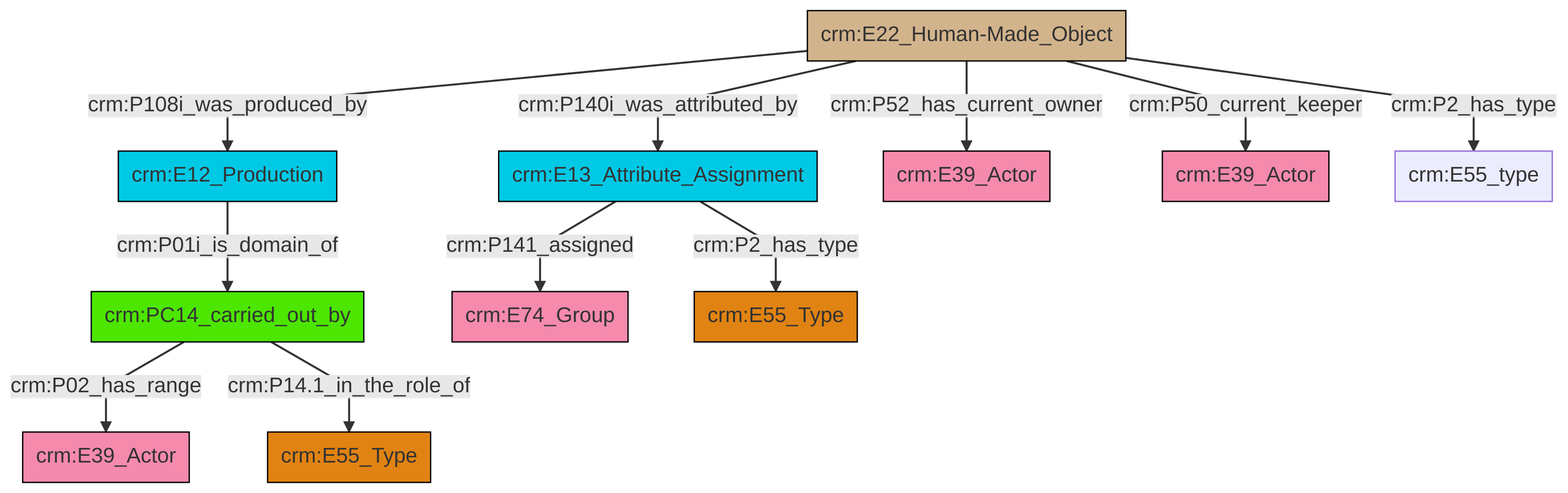
The Mermaid diagram et/artworkCSV/ttl/mmd/png/Artwork_Actor_Relations.png in swiss-art-research-net/docs.swissartresearch, before a commit. Its source is kept beside it as et/artworkCSV/ttl/mmd/Artwork_Actor_Relations.ttl.mmd.
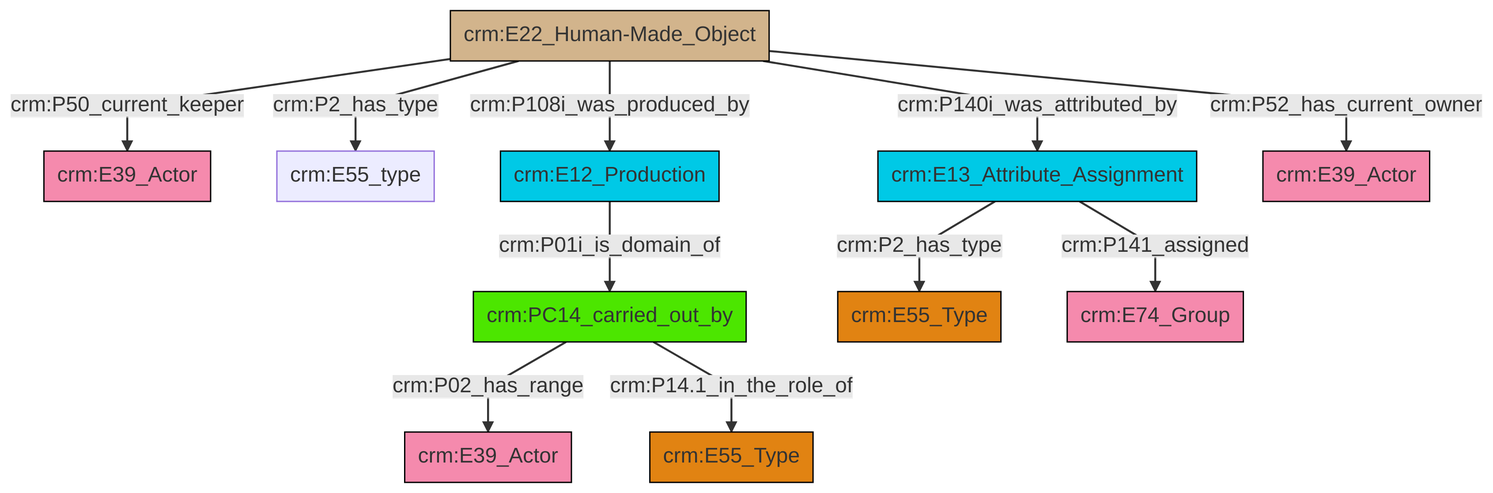
Later version of the same file.

Change to the diagram source:
```diff
@@ -14,12 +14,12 @@
 classDef Multi fill:#cccccc,stroke:#000000;
 
 0["crm:PC14_carried_out_by"]:::PC_Classes -->|crm:P02_has_range| 1["crm:E39_Actor"]:::Actor
-2["crm:E22_Human-Made_Object"]:::Physical_Thing -->|crm:P108i_was_produced_by| 3["crm:E12_Production"]:::Temporal_Entity
-2["crm:E22_Human-Made_Object"]:::Physical_Thing -->|crm:P52_has_current_owner| 9["crm:E39_Actor"]:::Actor
-2["crm:E22_Human-Made_Object"]:::Physical_Thing -->|crm:P140i_was_attributed_by| 5["crm:E13_Attribute_Assignment"]:::Temporal_Entity
-2["crm:E22_Human-Made_Object"]:::Physical_Thing -->|crm:P2_has_type| 13["crm:E55_type"]:::Default
-2["crm:E22_Human-Made_Object"]:::Physical_Thing -->|crm:P50_current_keeper| 10["crm:E39_Actor"]:::Actor
-3["crm:E12_Production"]:::Temporal_Entity -->|crm:P01i_is_domain_of| 0["crm:PC14_carried_out_by"]:::PC_Classes
-0["crm:PC14_carried_out_by"]:::PC_Classes -->|crm:P14.1_in_the_role_of| 16["crm:E55_Type"]:::Type
-5["crm:E13_Attribute_Assignment"]:::Temporal_Entity -->|crm:P2_has_type| 18["crm:E55_Type"]:::Type
-5["crm:E13_Attribute_Assignment"]:::Temporal_Entity -->|crm:P141_assigned| 7["crm:E74_Group"]:::Actor
+6["crm:E22_Human-Made_Object"]:::Physical_Thing -->|crm:P2_has_type| 7["crm:E55_type"]:::Default
+6["crm:E22_Human-Made_Object"]:::Physical_Thing -->|crm:P108i_was_produced_by| 12["crm:E12_Production"]:::Temporal_Entity
+6["crm:E22_Human-Made_Object"]:::Physical_Thing -->|crm:P140i_was_attributed_by| 15["crm:E13_Attribute_Assignment"]:::Temporal_Entity
+15["crm:E13_Attribute_Assignment"]:::Temporal_Entity -->|crm:P141_assigned| 19["crm:E74_Group"]:::Actor
+6["crm:E22_Human-Made_Object"]:::Physical_Thing -->|crm:P52_has_current_owner| 17["crm:E39_Actor"]:::Actor
+12["crm:E12_Production"]:::Temporal_Entity -->|crm:P01i_is_domain_of| 0["crm:PC14_carried_out_by"]:::PC_Classes
+6["crm:E22_Human-Made_Object"]:::Physical_Thing -->|crm:P50_current_keeper| 4["crm:E39_Actor"]:::Actor
+15["crm:E13_Attribute_Assignment"]:::Temporal_Entity -->|crm:P2_has_type| 10["crm:E55_Type"]:::Type
+0["crm:PC14_carried_out_by"]:::PC_Classes -->|crm:P14.1_in_the_role_of| 8["crm:E55_Type"]:::Type
```
